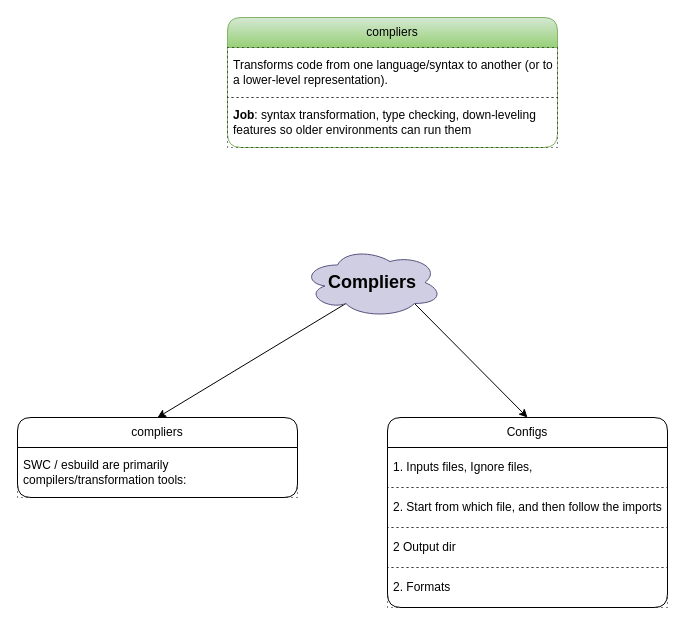
Earlier version of the draw.io diagram others/compilers/compliers.dio (knkrn5/Programming-Concepts). Source tidied: cells renumbered, new cells numbered last; positions are measured from the earlier drawing's top-left corner, leaving out a move shared by most shapes. Both pictures are drawn from the tidied source at 100%, with x=0, y=0 at pixel (17, 17).
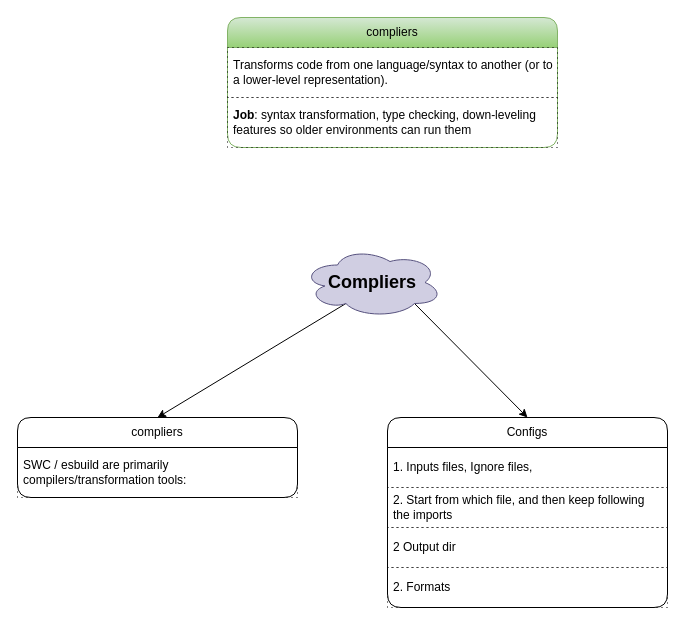
Above is the later version.

Diff of the diagram source:
```diff
@@
 <mxGraphModel background="#ffffff">
   <root>
     <mxCell id="0" />
     <mxCell id="1" parent="0" />
     <mxCell id="2" style="edgeStyle=none;html=1;exitX=0.31;exitY=0.8;exitDx=0;exitDy=0;exitPerimeter=0;entryX=0.5;entryY=0;entryDx=0;entryDy=0;" parent="1" edge="1" source="4" target="5">
       <mxGeometry relative="1" as="geometry" />
     </mxCell>
     <mxCell id="3" style="edgeStyle=none;html=1;exitX=0.8;exitY=0.8;exitDx=0;exitDy=0;exitPerimeter=0;entryX=0.5;entryY=0;entryDx=0;entryDy=0;" parent="1" edge="1" source="4" target="7">
       <mxGeometry relative="1" as="geometry" />
     </mxCell>
     <mxCell id="4" value="&lt;font style=&quot;font-size: 18px;&quot;&gt;&lt;b&gt;Compliers&lt;/b&gt;&lt;/font&gt;" style="ellipse;shape=cloud;whiteSpace=wrap;html=1;fillColor=#d0cee2;strokeColor=#56517e;" parent="1" vertex="1">
       <mxGeometry x="285" y="230" width="140" height="70" as="geometry" />
     </mxCell>
     <mxCell id="5" value="compliers" style="swimlane;fontStyle=0;horizontal=1;startSize=30;whiteSpace=wrap;html=1;rounded=1;" parent="1" vertex="1">
       <mxGeometry y="400" width="280" height="80" as="geometry" />
     </mxCell>
     <mxCell id="6" value="&lt;span style=&quot;&quot;&gt;SWC / esbuild&lt;/span&gt; are primarily &lt;span style=&quot;&quot;&gt;compilers/transformation tools&lt;/span&gt;:" style="text;strokeColor=default;fillColor=none;align=left;verticalAlign=middle;spacingLeft=4;spacingRight=4;overflow=hidden;whiteSpace=wrap;html=1;dashed=1;dashPattern=1 4;" parent="5" vertex="1">
       <mxGeometry y="30" width="280" height="50" as="geometry" />
     </mxCell>
     <mxCell id="7" value="Configs" style="swimlane;fontStyle=0;horizontal=1;startSize=30;whiteSpace=wrap;html=1;rounded=1;" parent="1" vertex="1">
       <mxGeometry x="370" y="400" width="280" height="190" as="geometry" />
     </mxCell>
     <mxCell id="8" value="1. Inputs files, Ignore files,&amp;nbsp;" style="text;strokeColor=default;fillColor=none;align=left;verticalAlign=middle;spacingLeft=4;spacingRight=4;overflow=hidden;whiteSpace=wrap;html=1;dashed=1;dashPattern=1 4;" parent="7" vertex="1">
       <mxGeometry y="30" width="280" height="40" as="geometry" />
     </mxCell>
-    <mxCell id="9" value="2. Start from which file, and then follow the imports" style="text;strokeColor=default;fillColor=none;align=left;verticalAlign=middle;spacingLeft=4;spacingRight=4;overflow=hidden;whiteSpace=wrap;html=1;dashed=1;dashPattern=1 4;" parent="7" vertex="1">
+    <mxCell id="9" value="&lt;span style=&quot;background-color: light-dark(rgb(255, 255, 255), rgb(0, 76, 153));&quot;&gt;2. Start from which file, and then keep following the imports&lt;/span&gt;" style="text;strokeColor=default;fillColor=none;align=left;verticalAlign=middle;spacingLeft=4;spacingRight=4;overflow=hidden;whiteSpace=wrap;html=1;dashed=1;dashPattern=1 4;" parent="7" vertex="1">
       <mxGeometry y="70" width="280" height="40" as="geometry" />
     </mxCell>
     <mxCell id="10" value="2 Output dir" style="text;strokeColor=default;fillColor=none;align=left;verticalAlign=middle;spacingLeft=4;spacingRight=4;overflow=hidden;whiteSpace=wrap;html=1;dashed=1;dashPattern=1 4;" parent="7" vertex="1">
       <mxGeometry y="110" width="280" height="40" as="geometry" />
     </mxCell>
     <mxCell id="11" value="2. Formats" style="text;strokeColor=default;fillColor=none;align=left;verticalAlign=middle;spacingLeft=4;spacingRight=4;overflow=hidden;whiteSpace=wrap;html=1;dashed=1;dashPattern=1 4;" parent="7" vertex="1">
       <mxGeometry y="150" width="280" height="40" as="geometry" />
     </mxCell>
     <mxCell id="12" value="compliers" style="swimlane;fontStyle=0;horizontal=1;startSize=30;whiteSpace=wrap;html=1;rounded=1;fillColor=#d5e8d4;gradientColor=#97d077;strokeColor=#82b366;" parent="1" vertex="1">
       <mxGeometry x="210" width="330" height="130" as="geometry" />
     </mxCell>
     <mxCell id="13" value="Transforms code from one language/syntax to another (or to a lower-level representation)." style="text;strokeColor=default;fillColor=none;align=left;verticalAlign=middle;spacingLeft=4;spacingRight=4;overflow=hidden;whiteSpace=wrap;html=1;dashed=1;dashPattern=1 4;" parent="12" vertex="1">
       <mxGeometry y="30" width="330" height="50" as="geometry" />
     </mxCell>
     <mxCell id="14" value="&lt;strong&gt;Job&lt;/strong&gt;: syntax transformation, type checking, down-leveling features so older environments can run them" style="text;strokeColor=default;fillColor=none;align=left;verticalAlign=middle;spacingLeft=4;spacingRight=4;overflow=hidden;whiteSpace=wrap;html=1;dashed=1;dashPattern=1 4;" parent="12" vertex="1">
       <mxGeometry y="80" width="330" height="50" as="geometry" />
     </mxCell>
   </root>
 </mxGraphModel>
```
